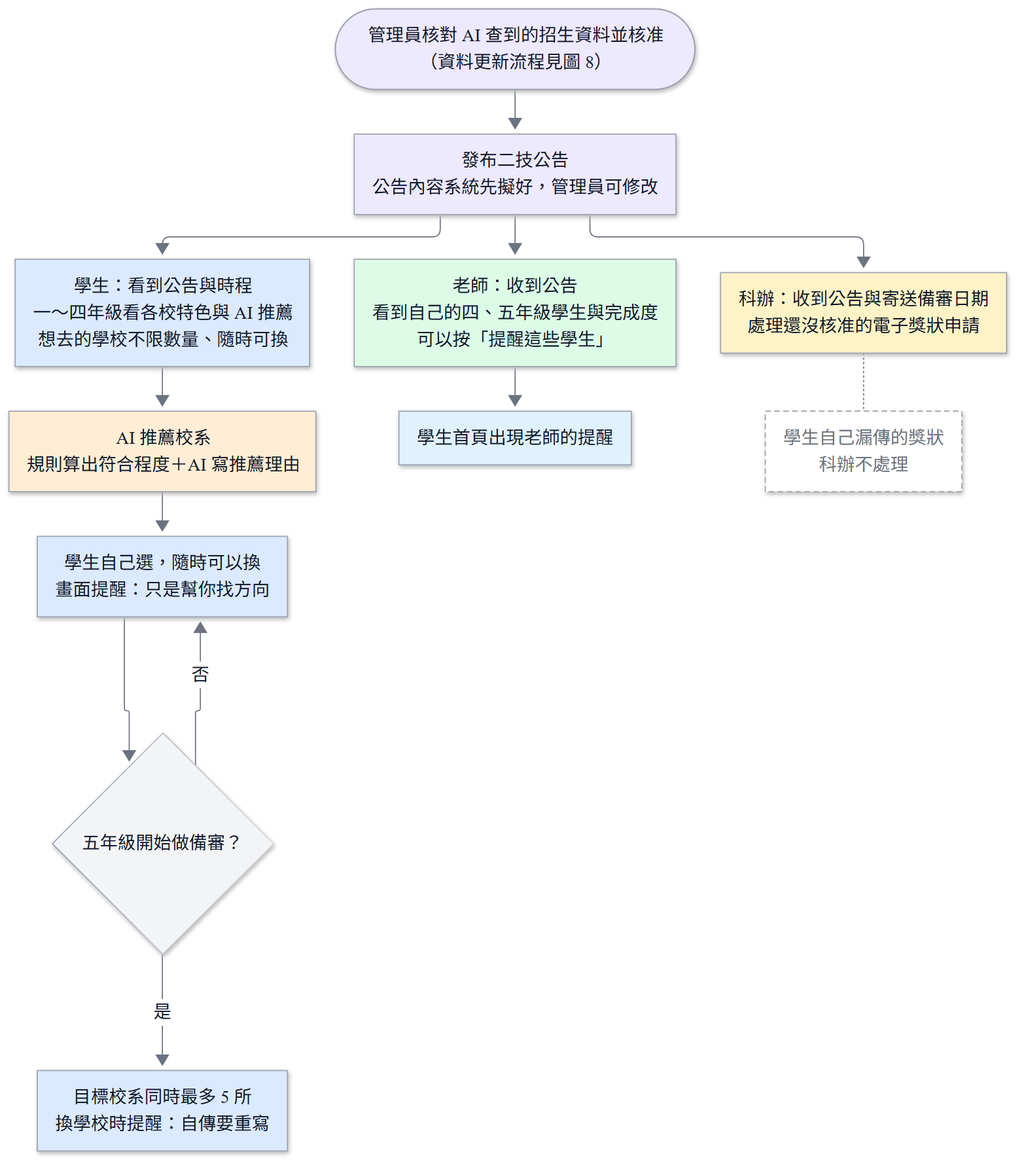
vujhdcusa/1028 keeps this Mermaid diagram as docs/images/D-19-admission-announcement-flow.png. Above is the earlier version. Its source is kept beside it as docs/images/D-19-admission-announcement-flow.mmd.
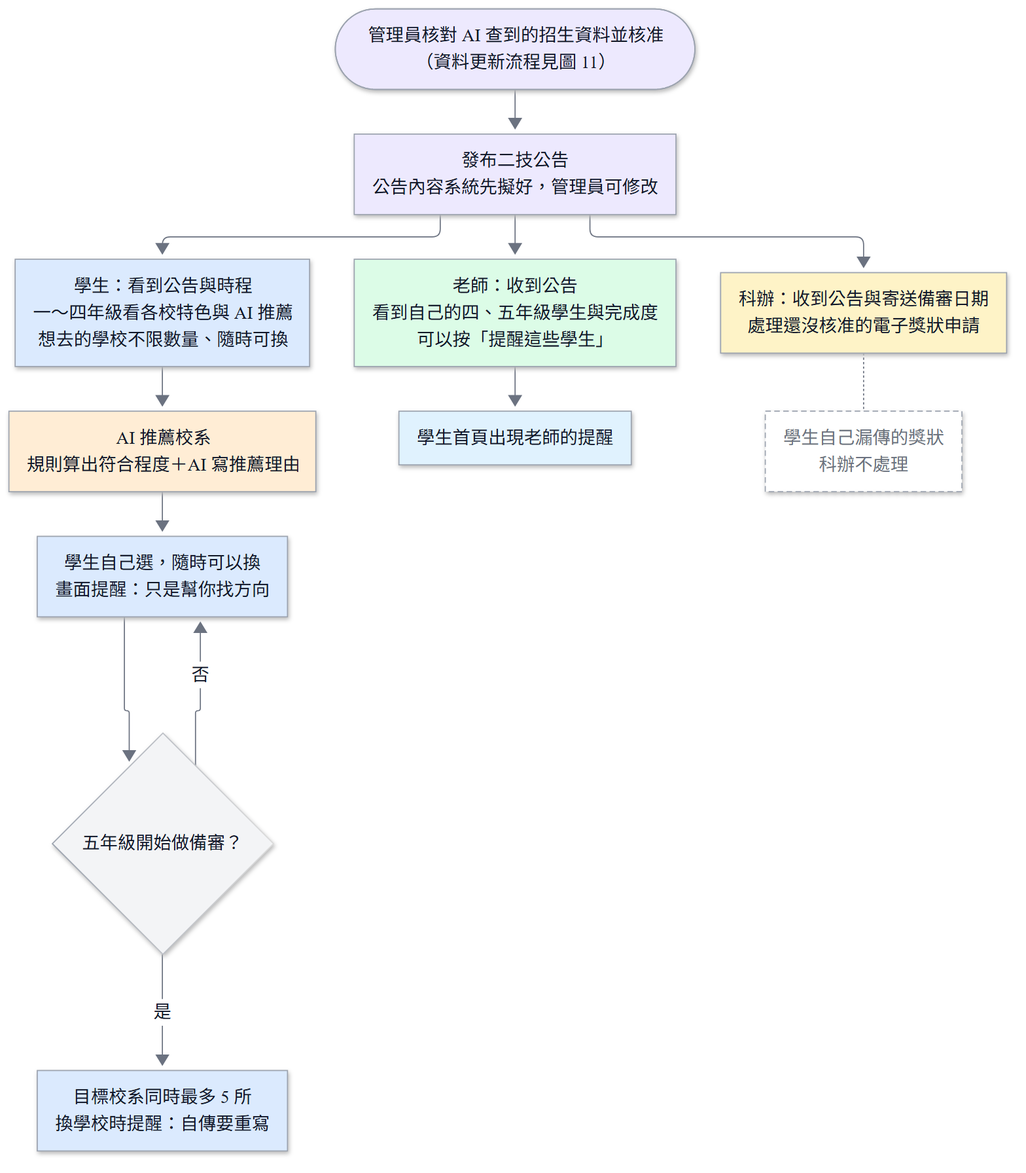
Later version of the same file.

What changed in the source:
```diff
@@ -8,7 +8,7 @@
     classDef ai fill:#FFEDD5,stroke:#9CA3AF,color:#111827,stroke-width:1px;
     classDef pending fill:#FFFFFF,stroke:#9CA3AF,color:#6B7280,stroke-width:1px,stroke-dasharray:5 3;
 
-    Approve([管理員核對 AI 查到的招生資料並核准<br/>（資料更新流程見圖 8）]):::admin --> Publish[發布二技公告<br/>公告內容系統先擬好，管理員可修改]:::admin
+    Approve([管理員核對 AI 查到的招生資料並核准<br/>（資料更新流程見圖 11）]):::admin --> Publish[發布二技公告<br/>公告內容系統先擬好，管理員可修改]:::admin
     Publish --> Student[學生：看到公告與時程<br/>一～四年級看各校特色與 AI 推薦<br/>想去的學校不限數量、隨時可換]:::student
     Publish --> Teacher[老師：收到公告<br/>看到自己的四、五年級學生與完成度<br/>可以按「提醒這些學生」]:::teacher
     Publish --> Staff[科辦：收到公告與寄送備審日期<br/>處理還沒核准的電子獎狀申請]:::staff
```
